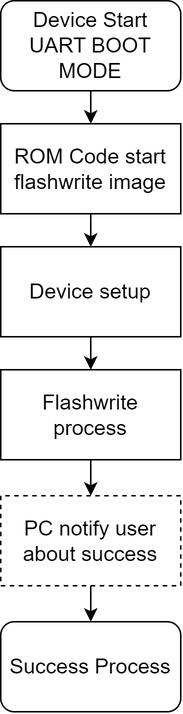
The draw.io diagram img/06-flash-write-process.png in petrkucerak/diplom-thesis, before a commit. Source tidied: cells renumbered, new cells last; positions are measured from the earlier drawing's top-left corner, leaving out a move shared by most shapes. Its diagram source:
```xml
<mxGraphModel>
  <root>
    <mxCell id="0" />
    <mxCell id="1" parent="0" />
    <mxCell id="2" style="edgeStyle=none;html=1;exitX=0.5;exitY=1;exitDx=0;exitDy=0;fontSize=14;" parent="1" edge="1" source="3" target="5">
      <mxGeometry relative="1" as="geometry" />
    </mxCell>
    <mxCell id="3" value="Device Start&lt;div&gt;UART BOOT MODE&lt;/div&gt;" style="rounded=1;whiteSpace=wrap;html=1;flipV=0;flipH=1;fontSize=14;" parent="1" vertex="1">
      <mxGeometry width="120" height="60" as="geometry" />
    </mxCell>
    <mxCell id="4" style="edgeStyle=none;html=1;exitX=0.5;exitY=1;exitDx=0;exitDy=0;fontSize=14;" parent="1" edge="1" source="5" target="7">
      <mxGeometry relative="1" as="geometry" />
    </mxCell>
    <mxCell id="5" value="ROM Code start flashwrite image" style="rounded=0;whiteSpace=wrap;html=1;flipV=0;flipH=1;fontSize=14;" parent="1" vertex="1">
      <mxGeometry y="82" width="120" height="60" as="geometry" />
    </mxCell>
    <mxCell id="6" style="edgeStyle=none;html=1;exitX=0.5;exitY=1;exitDx=0;exitDy=0;entryX=0.5;entryY=0;entryDx=0;entryDy=0;fontSize=14;" parent="1" edge="1" source="7" target="9">
      <mxGeometry relative="1" as="geometry" />
    </mxCell>
    <mxCell id="7" value="Device setup" style="rounded=0;whiteSpace=wrap;html=1;flipV=0;flipH=1;fontSize=14;" parent="1" vertex="1">
      <mxGeometry y="164" width="120" height="60" as="geometry" />
    </mxCell>
    <mxCell id="8" style="edgeStyle=none;html=1;exitX=0.5;exitY=1;exitDx=0;exitDy=0;fontSize=14;" parent="1" edge="1" source="9" target="11">
      <mxGeometry relative="1" as="geometry" />
    </mxCell>
    <mxCell id="9" value="Flashwrite&lt;br&gt;process" style="rounded=0;whiteSpace=wrap;html=1;flipV=1;flipH=0;fontSize=14;" parent="1" vertex="1">
      <mxGeometry y="246" width="120" height="60" as="geometry" />
    </mxCell>
    <mxCell id="10" style="edgeStyle=none;html=1;exitX=0.5;exitY=1;exitDx=0;exitDy=0;entryX=0.5;entryY=0;entryDx=0;entryDy=0;fontSize=14;" parent="1" edge="1" source="11" target="12">
      <mxGeometry relative="1" as="geometry" />
    </mxCell>
    <mxCell id="11" value="PC notify user about success" style="rounded=0;whiteSpace=wrap;html=1;flipV=1;flipH=0;fontSize=14;dashed=1;" parent="1" vertex="1">
      <mxGeometry y="330" width="120" height="60" as="geometry" />
    </mxCell>
    <mxCell id="12" value="Success Process" style="rounded=1;whiteSpace=wrap;html=1;flipV=0;flipH=1;fontSize=14;" parent="1" vertex="1">
      <mxGeometry y="414" width="120" height="60" as="geometry" />
    </mxCell>
  </root>
</mxGraphModel>
```
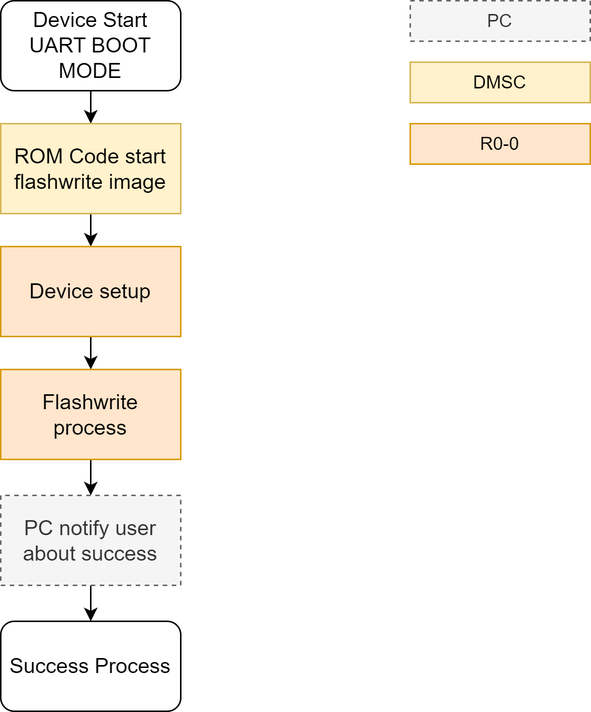
After the commit.

Diff of the diagram source:
```diff
@@ -11,29 +11,38 @@
     <mxCell id="4" style="edgeStyle=none;html=1;exitX=0.5;exitY=1;exitDx=0;exitDy=0;fontSize=14;" parent="1" edge="1" source="5" target="7">
       <mxGeometry relative="1" as="geometry" />
     </mxCell>
-    <mxCell id="5" value="ROM Code start flashwrite image" style="rounded=0;whiteSpace=wrap;html=1;flipV=0;flipH=1;fontSize=14;" parent="1" vertex="1">
+    <mxCell id="5" value="ROM Code start flashwrite image" style="rounded=0;whiteSpace=wrap;html=1;flipV=0;flipH=1;fontSize=14;fillColor=#fff2cc;strokeColor=#d6b656;" parent="1" vertex="1">
       <mxGeometry y="82" width="120" height="60" as="geometry" />
     </mxCell>
     <mxCell id="6" style="edgeStyle=none;html=1;exitX=0.5;exitY=1;exitDx=0;exitDy=0;entryX=0.5;entryY=0;entryDx=0;entryDy=0;fontSize=14;" parent="1" edge="1" source="7" target="9">
       <mxGeometry relative="1" as="geometry" />
     </mxCell>
-    <mxCell id="7" value="Device setup" style="rounded=0;whiteSpace=wrap;html=1;flipV=0;flipH=1;fontSize=14;" parent="1" vertex="1">
+    <mxCell id="7" value="Device setup" style="rounded=0;whiteSpace=wrap;html=1;flipV=0;flipH=1;fontSize=14;fillColor=#ffe6cc;strokeColor=#d79b00;" parent="1" vertex="1">
       <mxGeometry y="164" width="120" height="60" as="geometry" />
     </mxCell>
     <mxCell id="8" style="edgeStyle=none;html=1;exitX=0.5;exitY=1;exitDx=0;exitDy=0;fontSize=14;" parent="1" edge="1" source="9" target="11">
       <mxGeometry relative="1" as="geometry" />
     </mxCell>
-    <mxCell id="9" value="Flashwrite&lt;br&gt;process" style="rounded=0;whiteSpace=wrap;html=1;flipV=1;flipH=0;fontSize=14;" parent="1" vertex="1">
+    <mxCell id="9" value="Flashwrite&lt;br&gt;process" style="rounded=0;whiteSpace=wrap;html=1;flipV=1;flipH=0;fontSize=14;fillColor=#ffe6cc;strokeColor=#d79b00;" parent="1" vertex="1">
       <mxGeometry y="246" width="120" height="60" as="geometry" />
     </mxCell>
     <mxCell id="10" style="edgeStyle=none;html=1;exitX=0.5;exitY=1;exitDx=0;exitDy=0;entryX=0.5;entryY=0;entryDx=0;entryDy=0;fontSize=14;" parent="1" edge="1" source="11" target="12">
       <mxGeometry relative="1" as="geometry" />
     </mxCell>
-    <mxCell id="11" value="PC notify user about success" style="rounded=0;whiteSpace=wrap;html=1;flipV=1;flipH=0;fontSize=14;dashed=1;" parent="1" vertex="1">
+    <mxCell id="11" value="PC notify user about success" style="rounded=0;whiteSpace=wrap;html=1;flipV=1;flipH=0;fontSize=14;dashed=1;fillColor=#f5f5f5;fontColor=#333333;strokeColor=#666666;" parent="1" vertex="1">
       <mxGeometry y="330" width="120" height="60" as="geometry" />
     </mxCell>
     <mxCell id="12" value="Success Process" style="rounded=1;whiteSpace=wrap;html=1;flipV=0;flipH=1;fontSize=14;" parent="1" vertex="1">
       <mxGeometry y="414" width="120" height="60" as="geometry" />
     </mxCell>
+    <mxCell id="13" value="PC" style="rounded=0;whiteSpace=wrap;html=1;flipV=1;flipH=0;fontSize=12;dashed=1;fillColor=#f5f5f5;fontColor=#333333;strokeColor=#666666;" parent="1" vertex="1">
+      <mxGeometry x="273" width="120" height="27" as="geometry" />
+    </mxCell>
+    <mxCell id="14" value="DMSC" style="rounded=0;whiteSpace=wrap;html=1;flipV=1;flipH=0;fontSize=12;fillColor=#fff2cc;strokeColor=#d6b656;" parent="1" vertex="1">
+      <mxGeometry x="273" y="41" width="120" height="27" as="geometry" />
+    </mxCell>
+    <mxCell id="15" value="R0-0" style="rounded=0;whiteSpace=wrap;html=1;flipV=1;flipH=0;fontSize=12;fillColor=#ffe6cc;strokeColor=#d79b00;" parent="1" vertex="1">
+      <mxGeometry x="273" y="82" width="120" height="27" as="geometry" />
+    </mxCell>
   </root>
 </mxGraphModel>
```
